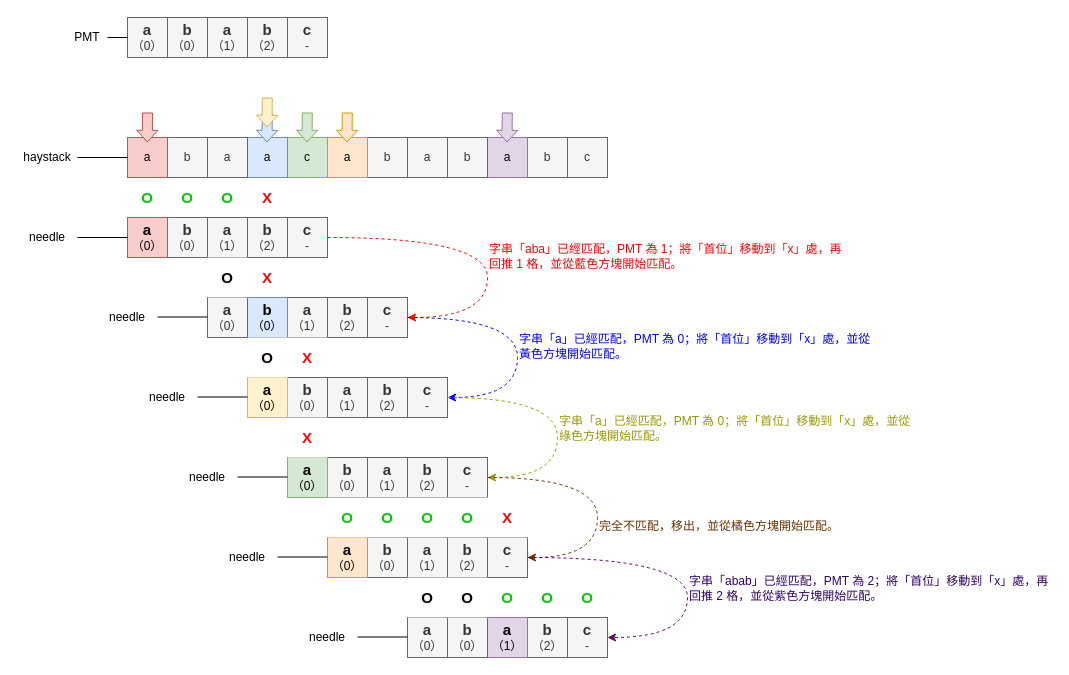
Above: page "第 7 页" (6 of 11) of docs/0028_find_the_index_of_the_first_occurrence_in_a_string_kmp.drawio in rickbsr/example-leetcode (draw.io), before the change. Source tidied: cells renumbered, new cells numbered last; positions are measured from the earlier drawing's top-left corner, leaving out a move shared by most shapes. Both pictures are drawn from the tidied source at 100%, with x=0, y=0 at pixel (17, 17).
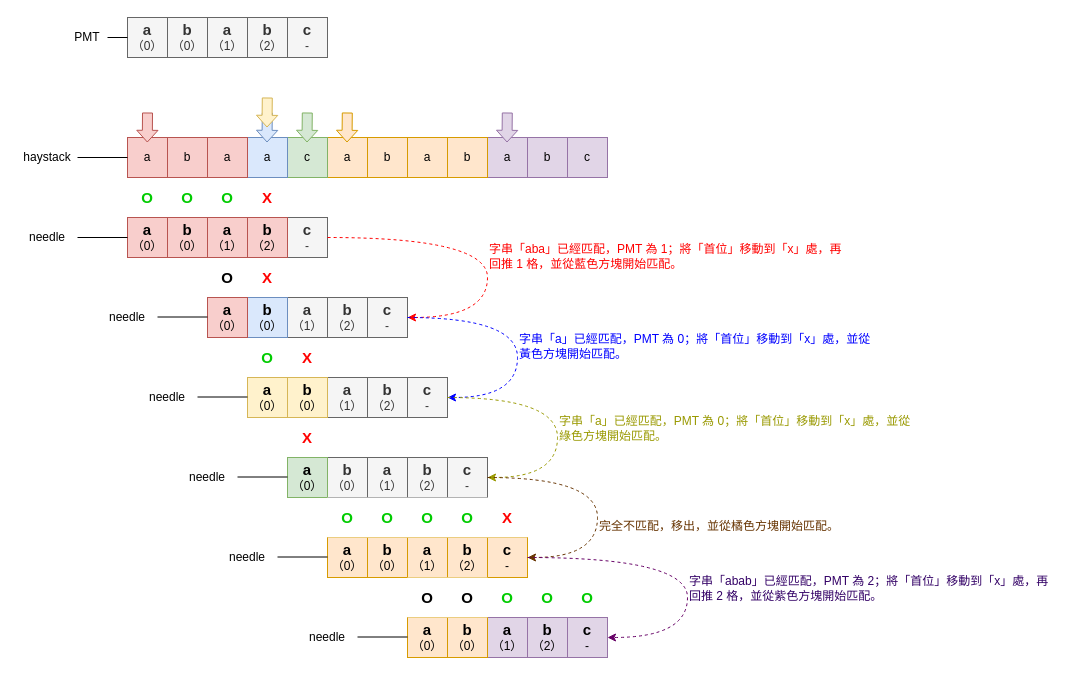
The same page after the edit.

What changed in the source:
```diff
@@
+    <mxCell id="5" value="&lt;font color=&quot;#ff0000&quot; style=&quot;font-size: 15px;&quot;&gt;&lt;b style=&quot;&quot;&gt;X&lt;/b&gt;&lt;/font&gt;" style="rounded=0;whiteSpace=wrap;html=1;fontSize=15;strokeColor=none;" parent="1" vertex="1">
+      <mxGeometry x="230" y="240" width="40" height="40" as="geometry" />
+    </mxCell>
+    <mxCell id="92" value="&lt;font style=&quot;font-size: 15px;&quot;&gt;&lt;b&gt;O&lt;/b&gt;&lt;/font&gt;" style="rounded=0;whiteSpace=wrap;html=1;fontSize=15;strokeColor=none;fontColor=#000000;" parent="1" vertex="1">
+      <mxGeometry x="190" y="240" width="40" height="40" as="geometry" />
+    </mxCell>
+    <mxCell id="93" value="&lt;font style=&quot;font-size: 15px;&quot; color=&quot;#00cc00&quot;&gt;&lt;b&gt;O&lt;/b&gt;&lt;/font&gt;" style="rounded=0;whiteSpace=wrap;html=1;fontSize=15;strokeColor=none;" parent="1" vertex="1">
+      <mxGeometry x="230" y="320" width="40" height="40" as="geometry" />
+    </mxCell>
+    <mxCell id="49" value="&lt;font color=&quot;#ff0000&quot; style=&quot;font-size: 15px;&quot;&gt;&lt;b style=&quot;&quot;&gt;X&lt;/b&gt;&lt;/font&gt;" style="rounded=0;whiteSpace=wrap;html=1;fontSize=15;strokeColor=none;" parent="1" vertex="1">
+      <mxGeometry x="270" y="320" width="40" height="40" as="geometry" />
+    </mxCell>
+    <mxCell id="64" value="&lt;font color=&quot;#ff0000&quot; style=&quot;font-size: 15px;&quot;&gt;&lt;b style=&quot;&quot;&gt;X&lt;/b&gt;&lt;/font&gt;" style="rounded=0;whiteSpace=wrap;html=1;fontSize=15;strokeColor=none;" parent="1" vertex="1">
+      <mxGeometry x="270" y="400" width="40" height="40" as="geometry" />
+    </mxCell>
@@
-    <mxCell id="5" value="&lt;font color=&quot;#ff0000&quot; style=&quot;font-size: 15px;&quot;&gt;&lt;b style=&quot;&quot;&gt;X&lt;/b&gt;&lt;/font&gt;" style="rounded=0;whiteSpace=wrap;html=1;fontSize=15;strokeColor=none;" parent="1" vertex="1">
-      <mxGeometry x="230" y="240" width="40" height="40" as="geometry" />
-    </mxCell>
@@
-    <mxCell id="10" value="&lt;b&gt;&lt;font style=&quot;font-size: 15px;&quot;&gt;a&lt;/font&gt;&lt;/b&gt;&lt;br&gt;（0）" style="rounded=0;whiteSpace=wrap;html=1;fillColor=#f5f5f5;fontColor=#333333;strokeColor=#666666;" parent="1" vertex="1">
+    <mxCell id="10" value="&lt;b&gt;&lt;font style=&quot;font-size: 15px;&quot;&gt;a&lt;/font&gt;&lt;/b&gt;&lt;br&gt;（0）" style="rounded=0;whiteSpace=wrap;html=1;fillColor=#f8cecc;strokeColor=#b85450;" parent="1" vertex="1">
       <mxGeometry x="190" y="280" width="40" height="40" as="geometry" />
     </mxCell>
@@
-    <mxCell id="16" value="&lt;font style=&quot;font-size: 15px;&quot;&gt;&lt;b&gt;b&lt;/b&gt;&lt;/font&gt;&lt;br&gt;（2）" style="rounded=0;whiteSpace=wrap;html=1;fillColor=#f5f5f5;fontColor=#333333;strokeColor=#666666;" parent="1" vertex="1">
+    <mxCell id="16" value="&lt;font style=&quot;font-size: 15px;&quot;&gt;&lt;b&gt;b&lt;/b&gt;&lt;/font&gt;&lt;br&gt;（2）" style="rounded=0;whiteSpace=wrap;html=1;fillColor=#f8cecc;strokeColor=#b85450;" parent="1" vertex="1">
       <mxGeometry x="230" y="200" width="40" height="40" as="geometry" />
     </mxCell>
-    <mxCell id="17" value="&lt;font style=&quot;font-size: 15px;&quot;&gt;&lt;b&gt;a&lt;/b&gt;&lt;/font&gt;&lt;br&gt;（1）" style="rounded=0;whiteSpace=wrap;html=1;fillColor=#f5f5f5;fontColor=#333333;strokeColor=#666666;" parent="1" vertex="1">
+    <mxCell id="17" value="&lt;font style=&quot;font-size: 15px;&quot;&gt;&lt;b&gt;a&lt;/b&gt;&lt;/font&gt;&lt;br&gt;（1）" style="rounded=0;whiteSpace=wrap;html=1;fillColor=#f8cecc;strokeColor=#b85450;" parent="1" vertex="1">
       <mxGeometry x="190" y="200" width="40" height="40" as="geometry" />
     </mxCell>
-    <mxCell id="18" value="&lt;font style=&quot;font-size: 15px;&quot;&gt;&lt;b&gt;b&lt;/b&gt;&lt;/font&gt;&lt;br&gt;（0）" style="rounded=0;whiteSpace=wrap;html=1;fillColor=#f5f5f5;fontColor=#333333;strokeColor=#666666;" parent="1" vertex="1">
+    <mxCell id="18" value="&lt;font style=&quot;font-size: 15px;&quot;&gt;&lt;b&gt;b&lt;/b&gt;&lt;/font&gt;&lt;br&gt;（0）" style="rounded=0;whiteSpace=wrap;html=1;fillColor=#f8cecc;strokeColor=#b85450;" parent="1" vertex="1">
       <mxGeometry x="150" y="200" width="40" height="40" as="geometry" />
     </mxCell>
@@
-    <mxCell id="20" value="c" style="rounded=0;whiteSpace=wrap;html=1;fillColor=#f5f5f5;fontColor=#333333;strokeColor=#666666;" parent="1" vertex="1">
+    <mxCell id="20" value="c" style="rounded=0;whiteSpace=wrap;html=1;fillColor=#e1d5e7;strokeColor=#9673a6;" parent="1" vertex="1">
       <mxGeometry x="550" y="120" width="40" height="40" as="geometry" />
     </mxCell>
-    <mxCell id="21" value="b" style="rounded=0;whiteSpace=wrap;html=1;fillColor=#f5f5f5;fontColor=#333333;strokeColor=#666666;" parent="1" vertex="1">
+    <mxCell id="21" value="b" style="rounded=0;whiteSpace=wrap;html=1;fillColor=#e1d5e7;strokeColor=#9673a6;" parent="1" vertex="1">
       <mxGeometry x="510" y="120" width="40" height="40" as="geometry" />
     </mxCell>
@@
-    <mxCell id="23" value="b" style="rounded=0;whiteSpace=wrap;html=1;fillColor=#f5f5f5;strokeColor=#666666;fontColor=#333333;" parent="1" vertex="1">
+    <mxCell id="23" value="b" style="rounded=0;whiteSpace=wrap;html=1;fillColor=#ffe6cc;strokeColor=#d79b00;" parent="1" vertex="1">
       <mxGeometry x="430" y="120" width="40" height="40" as="geometry" />
     </mxCell>
-    <mxCell id="24" value="a" style="rounded=0;whiteSpace=wrap;html=1;fillColor=#f5f5f5;strokeColor=#666666;fontColor=#333333;" parent="1" vertex="1">
+    <mxCell id="24" value="a" style="rounded=0;whiteSpace=wrap;html=1;fillColor=#ffe6cc;strokeColor=#d79b00;" parent="1" vertex="1">
       <mxGeometry x="390" y="120" width="40" height="40" as="geometry" />
     </mxCell>
-    <mxCell id="25" value="b" style="rounded=0;whiteSpace=wrap;html=1;fillColor=#f5f5f5;fontColor=#333333;strokeColor=#666666;" parent="1" vertex="1">
+    <mxCell id="25" value="b" style="rounded=0;whiteSpace=wrap;html=1;fillColor=#ffe6cc;strokeColor=#d79b00;" parent="1" vertex="1">
       <mxGeometry x="350" y="120" width="40" height="40" as="geometry" />
     </mxCell>
@@
-    <mxCell id="29" value="a" style="rounded=0;whiteSpace=wrap;html=1;fillColor=#f5f5f5;strokeColor=#666666;fontColor=#333333;" parent="1" vertex="1">
+    <mxCell id="29" value="a" style="rounded=0;whiteSpace=wrap;html=1;fillColor=#f8cecc;strokeColor=#b85450;" parent="1" vertex="1">
       <mxGeometry x="190" y="120" width="40" height="40" as="geometry" />
     </mxCell>
-    <mxCell id="30" value="b" style="rounded=0;whiteSpace=wrap;html=1;fillColor=#f5f5f5;fontColor=#333333;strokeColor=#666666;" parent="1" vertex="1">
+    <mxCell id="30" value="b" style="rounded=0;whiteSpace=wrap;html=1;fillColor=#f8cecc;strokeColor=#b85450;" parent="1" vertex="1">
       <mxGeometry x="150" y="120" width="40" height="40" as="geometry" />
     </mxCell>
@@
-    <mxCell id="49" value="&lt;font color=&quot;#ff0000&quot; style=&quot;font-size: 15px;&quot;&gt;&lt;b style=&quot;&quot;&gt;X&lt;/b&gt;&lt;/font&gt;" style="rounded=0;whiteSpace=wrap;html=1;fontSize=15;strokeColor=none;" parent="1" vertex="1">
-      <mxGeometry x="270" y="320" width="40" height="40" as="geometry" />
-    </mxCell>
@@
-    <mxCell id="53" value="&lt;font style=&quot;font-size: 15px;&quot;&gt;&lt;b&gt;b&lt;/b&gt;&lt;/font&gt;&lt;br&gt;（0）" style="rounded=0;whiteSpace=wrap;html=1;fillColor=#f5f5f5;strokeColor=#666666;fontColor=#333333;" parent="1" vertex="1">
+    <mxCell id="53" value="&lt;font style=&quot;font-size: 15px;&quot;&gt;&lt;b&gt;b&lt;/b&gt;&lt;/font&gt;&lt;br&gt;（0）" style="rounded=0;whiteSpace=wrap;html=1;fillColor=#fff2cc;strokeColor=#d6b656;" parent="1" vertex="1">
       <mxGeometry x="270" y="360" width="40" height="40" as="geometry" />
     </mxCell>
@@
-    <mxCell id="64" value="&lt;font color=&quot;#ff0000&quot; style=&quot;font-size: 15px;&quot;&gt;&lt;b style=&quot;&quot;&gt;X&lt;/b&gt;&lt;/font&gt;" style="rounded=0;whiteSpace=wrap;html=1;fontSize=15;strokeColor=none;" parent="1" vertex="1">
-      <mxGeometry x="270" y="400" width="40" height="40" as="geometry" />
-    </mxCell>
-    <mxCell id="65" value="&lt;span style=&quot;font-size: 15px;&quot;&gt;&lt;b&gt;c&lt;/b&gt;&lt;/span&gt;&lt;br&gt;-" style="rounded=0;whiteSpace=wrap;html=1;fillColor=#f5f5f5;fontColor=#333333;strokeColor=#666666;" parent="1" vertex="1">
+    <mxCell id="65" value="&lt;span style=&quot;font-size: 15px;&quot;&gt;&lt;b&gt;c&lt;/b&gt;&lt;/span&gt;&lt;br&gt;-" style="rounded=0;whiteSpace=wrap;html=1;fillColor=#ffe6cc;strokeColor=#d79b00;" parent="1" vertex="1">
       <mxGeometry x="470" y="520" width="40" height="40" as="geometry" />
     </mxCell>
-    <mxCell id="66" value="&lt;font style=&quot;font-size: 15px;&quot;&gt;&lt;b&gt;b&lt;/b&gt;&lt;/font&gt;&lt;br&gt;（2）" style="rounded=0;whiteSpace=wrap;html=1;fillColor=#f5f5f5;fontColor=#333333;strokeColor=#666666;" parent="1" vertex="1">
+    <mxCell id="66" value="&lt;font style=&quot;font-size: 15px;&quot;&gt;&lt;b&gt;b&lt;/b&gt;&lt;/font&gt;&lt;br&gt;（2）" style="rounded=0;whiteSpace=wrap;html=1;fillColor=#ffe6cc;strokeColor=#d79b00;" parent="1" vertex="1">
       <mxGeometry x="430" y="520" width="40" height="40" as="geometry" />
     </mxCell>
-    <mxCell id="67" value="&lt;font style=&quot;font-size: 15px;&quot;&gt;&lt;b&gt;a&lt;/b&gt;&lt;/font&gt;&lt;br&gt;（1）" style="rounded=0;whiteSpace=wrap;html=1;fillColor=#f5f5f5;strokeColor=#666666;fontColor=#333333;" parent="1" vertex="1">
+    <mxCell id="67" value="&lt;font style=&quot;font-size: 15px;&quot;&gt;&lt;b&gt;a&lt;/b&gt;&lt;/font&gt;&lt;br&gt;（1）" style="rounded=0;whiteSpace=wrap;html=1;fillColor=#ffe6cc;strokeColor=#d79b00;" parent="1" vertex="1">
       <mxGeometry x="390" y="520" width="40" height="40" as="geometry" />
     </mxCell>
-    <mxCell id="68" value="&lt;font style=&quot;font-size: 15px;&quot;&gt;&lt;b&gt;b&lt;/b&gt;&lt;/font&gt;&lt;br&gt;（0）" style="rounded=0;whiteSpace=wrap;html=1;fillColor=#f5f5f5;strokeColor=#666666;fontColor=#333333;" parent="1" vertex="1">
+    <mxCell id="68" value="&lt;font style=&quot;font-size: 15px;&quot;&gt;&lt;b&gt;b&lt;/b&gt;&lt;/font&gt;&lt;br&gt;（0）" style="rounded=0;whiteSpace=wrap;html=1;fillColor=#ffe6cc;strokeColor=#d79b00;" parent="1" vertex="1">
       <mxGeometry x="350" y="520" width="40" height="40" as="geometry" />
     </mxCell>
@@
-    <mxCell id="72" value="&lt;span style=&quot;font-size: 15px;&quot;&gt;&lt;b&gt;c&lt;/b&gt;&lt;/span&gt;&lt;br&gt;-" style="rounded=0;whiteSpace=wrap;html=1;fillColor=#f5f5f5;fontColor=#333333;strokeColor=#666666;" parent="1" vertex="1">
+    <mxCell id="72" value="&lt;span style=&quot;font-size: 15px;&quot;&gt;&lt;b&gt;c&lt;/b&gt;&lt;/span&gt;&lt;br&gt;-" style="rounded=0;whiteSpace=wrap;html=1;fillColor=#e1d5e7;strokeColor=#9673a6;" parent="1" vertex="1">
       <mxGeometry x="550" y="600" width="40" height="40" as="geometry" />
     </mxCell>
-    <mxCell id="73" value="&lt;font style=&quot;font-size: 15px;&quot;&gt;&lt;b&gt;b&lt;/b&gt;&lt;/font&gt;&lt;br&gt;（2）" style="rounded=0;whiteSpace=wrap;html=1;fillColor=#f5f5f5;fontColor=#333333;strokeColor=#666666;" parent="1" vertex="1">
+    <mxCell id="73" value="&lt;font style=&quot;font-size: 15px;&quot;&gt;&lt;b&gt;b&lt;/b&gt;&lt;/font&gt;&lt;br&gt;（2）" style="rounded=0;whiteSpace=wrap;html=1;fillColor=#e1d5e7;strokeColor=#9673a6;" parent="1" vertex="1">
       <mxGeometry x="510" y="600" width="40" height="40" as="geometry" />
     </mxCell>
@@
-    <mxCell id="75" value="&lt;font style=&quot;font-size: 15px;&quot;&gt;&lt;b&gt;b&lt;/b&gt;&lt;/font&gt;&lt;br&gt;（0）" style="rounded=0;whiteSpace=wrap;html=1;fillColor=#f5f5f5;strokeColor=#666666;fontColor=#333333;" parent="1" vertex="1">
+    <mxCell id="75" value="&lt;font style=&quot;font-size: 15px;&quot;&gt;&lt;b&gt;b&lt;/b&gt;&lt;/font&gt;&lt;br&gt;（0）" style="rounded=0;whiteSpace=wrap;html=1;fillColor=#ffe6cc;strokeColor=#d79b00;" parent="1" vertex="1">
       <mxGeometry x="430" y="600" width="40" height="40" as="geometry" />
     </mxCell>
-    <mxCell id="76" value="&lt;b&gt;&lt;font style=&quot;font-size: 15px;&quot;&gt;a&lt;/font&gt;&lt;/b&gt;&lt;br&gt;（0）" style="rounded=0;whiteSpace=wrap;html=1;fillColor=#f5f5f5;strokeColor=#666666;fontColor=#333333;" parent="1" vertex="1">
+    <mxCell id="76" value="&lt;b&gt;&lt;font style=&quot;font-size: 15px;&quot;&gt;a&lt;/font&gt;&lt;/b&gt;&lt;br&gt;（0）" style="rounded=0;whiteSpace=wrap;html=1;fillColor=#ffe6cc;strokeColor=#d79b00;" parent="1" vertex="1">
       <mxGeometry x="390" y="600" width="40" height="40" as="geometry" />
     </mxCell>
@@
-    <mxCell id="92" value="&lt;font style=&quot;font-size: 15px;&quot;&gt;&lt;b&gt;O&lt;/b&gt;&lt;/font&gt;" style="rounded=0;whiteSpace=wrap;html=1;fontSize=15;strokeColor=none;fontColor=#000000;" parent="1" vertex="1">
-      <mxGeometry x="190" y="240" width="40" height="40" as="geometry" />
-    </mxCell>
-    <mxCell id="93" value="&lt;font style=&quot;font-size: 15px;&quot;&gt;&lt;b&gt;O&lt;/b&gt;&lt;/font&gt;" style="rounded=0;whiteSpace=wrap;html=1;fontSize=15;strokeColor=none;fontColor=#000000;" parent="1" vertex="1">
-      <mxGeometry x="230" y="320" width="40" height="40" as="geometry" />
-    </mxCell>
```
